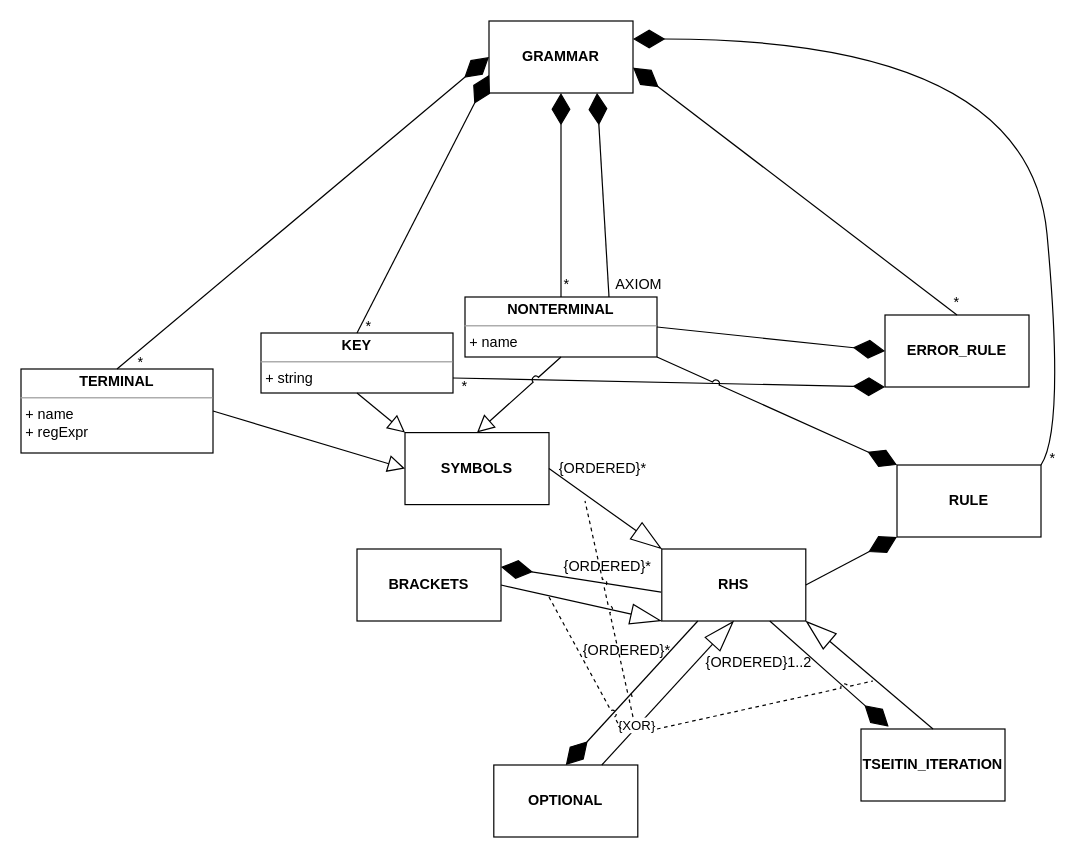
The draw.io diagram _docs/raw_diagrams/metamodel.drawio in aVorotnikov/dsl_generator, before the edit. Source tidied: cells renumbered, new cells numbered last; positions are measured from the earlier drawing's top-left corner, leaving out a move shared by most shapes. Both pictures are drawn from the tidied source at 120%, with x=0, y=0 at pixel (20, 20).
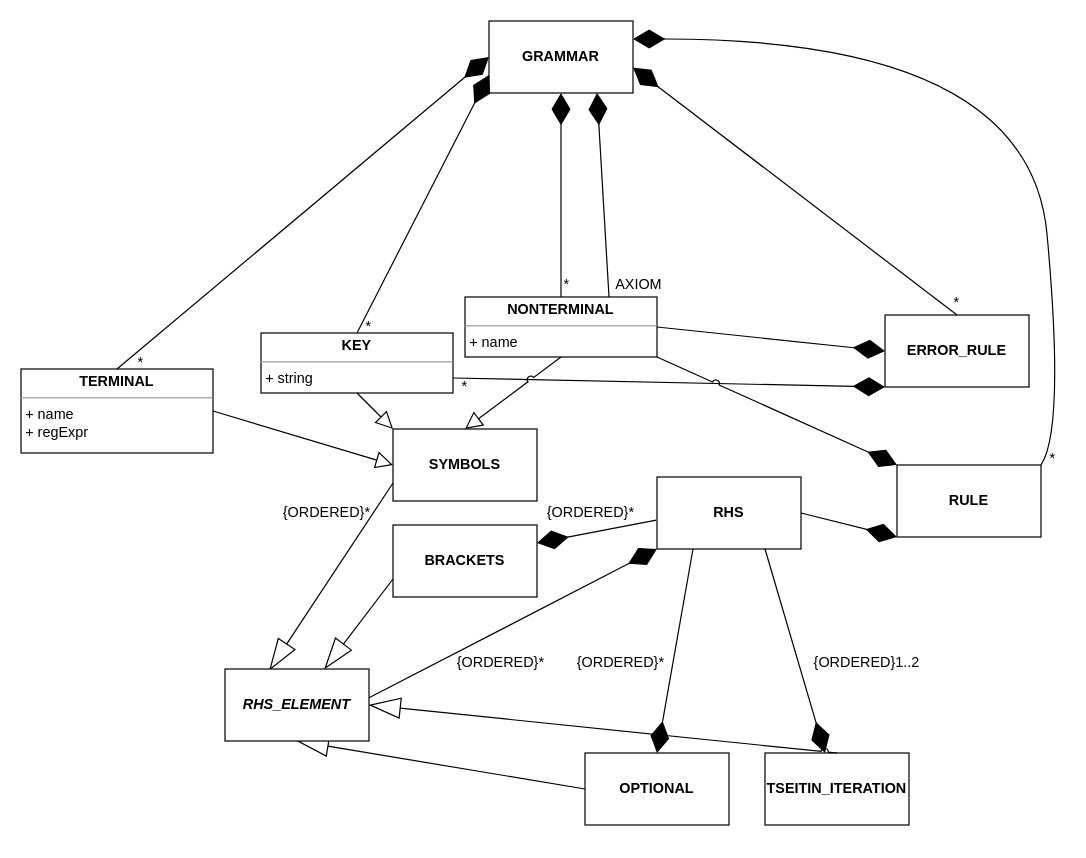
The same page after the edit.

Diff of the diagram source:
```diff
@@
     <mxCell id="19" value="&lt;b&gt;SYMBOLS&lt;/b&gt;" style="rounded=0;whiteSpace=wrap;html=1;" parent="1" vertex="1">
-      <mxGeometry x="320" y="343" width="120" height="60" as="geometry" />
+      <mxGeometry x="310" y="340" width="120" height="60" as="geometry" />
     </mxCell>
@@
     <mxCell id="23" value="&lt;b&gt;RHS&lt;/b&gt;" style="rounded=0;whiteSpace=wrap;html=1;" parent="1" vertex="1">
-      <mxGeometry x="534" y="440" width="120" height="60" as="geometry" />
+      <mxGeometry x="530" y="380" width="120" height="60" as="geometry" />
     </mxCell>
@@
-    <mxCell id="25" style="endArrow=blockThin;endFill=0;endSize=24;html=1;exitX=1;exitY=0.5;exitDx=0;exitDy=0;entryX=0;entryY=0;entryDx=0;entryDy=0;rounded=0;jumpStyle=arc;" parent="1" edge="1" source="19" target="23">
+    <mxCell id="25" style="endArrow=blockThin;endFill=0;endSize=24;html=1;entryX=0.308;entryY=0.017;entryDx=0;entryDy=0;rounded=0;jumpStyle=arc;entryPerimeter=0;exitX=0;exitY=0.75;exitDx=0;exitDy=0;" parent="1" edge="1" source="19" target="48">
       <mxGeometry relative="1" as="geometry" />
     </mxCell>
     <mxCell id="26" value="{ORDERED}*" style="text;html=1;strokeColor=none;fillColor=none;align=center;verticalAlign=middle;whiteSpace=wrap;rounded=0;" parent="1" vertex="1">
-      <mxGeometry x="440" y="358" width="90" height="30" as="geometry" />
+      <mxGeometry x="210" y="395" width="90" height="30" as="geometry" />
     </mxCell>
     <mxCell id="27" value="&lt;b&gt;BRACKETS&lt;/b&gt;" style="rounded=0;whiteSpace=wrap;html=1;" parent="1" vertex="1">
-      <mxGeometry x="280" y="440" width="120" height="60" as="geometry" />
+      <mxGeometry x="310" y="420" width="120" height="60" as="geometry" />
     </mxCell>
@@
     <mxCell id="29" value="{ORDERED}*" style="text;html=1;strokeColor=none;fillColor=none;align=center;verticalAlign=middle;whiteSpace=wrap;rounded=0;" parent="1" vertex="1">
-      <mxGeometry x="444" y="440" width="90" height="30" as="geometry" />
+      <mxGeometry x="430" y="395" width="90" height="30" as="geometry" />
     </mxCell>
-    <mxCell id="30" style="endArrow=blockThin;endFill=0;endSize=24;html=1;entryX=0;entryY=1;entryDx=0;entryDy=0;rounded=0;jumpStyle=arc;exitX=1;exitY=0.5;exitDx=0;exitDy=0;" parent="1" edge="1" source="27" target="23">
+    <mxCell id="30" style="endArrow=blockThin;endFill=0;endSize=24;html=1;rounded=0;jumpStyle=arc;exitX=0;exitY=0.75;exitDx=0;exitDy=0;" parent="1" edge="1" source="27" target="48">
       <mxGeometry relative="1" as="geometry" />
     </mxCell>
     <mxCell id="31" value="&lt;b&gt;OPTIONAL&lt;/b&gt;" style="rounded=0;whiteSpace=wrap;html=1;" parent="1" vertex="1">
-      <mxGeometry x="394" y="620" width="120" height="60" as="geometry" />
+      <mxGeometry x="470" y="610" width="120" height="60" as="geometry" />
     </mxCell>
@@
-    <mxCell id="33" style="endArrow=blockThin;endFill=0;endSize=24;html=1;entryX=0.5;entryY=1;entryDx=0;entryDy=0;rounded=0;jumpStyle=arc;exitX=0.75;exitY=0;exitDx=0;exitDy=0;" parent="1" edge="1" source="31" target="23">
+    <mxCell id="33" style="endArrow=blockThin;endFill=0;endSize=24;html=1;entryX=0.5;entryY=1;entryDx=0;entryDy=0;rounded=0;jumpStyle=arc;exitX=0;exitY=0.5;exitDx=0;exitDy=0;" parent="1" edge="1" source="31" target="48">
       <mxGeometry relative="1" as="geometry" />
     </mxCell>
-    <mxCell id="34" value="{XOR}" style="edgeLabel;html=1;align=center;verticalAlign=middle;" parent="33" vertex="1">
-      <mxGeometry x="-0.46" y="1" relative="1" as="geometry" />
-    </mxCell>
     <mxCell id="35" value="{ORDERED}*" style="text;html=1;strokeColor=none;fillColor=none;align=center;verticalAlign=middle;whiteSpace=wrap;rounded=0;" parent="1" vertex="1">
-      <mxGeometry x="460" y="510" width="90" height="30" as="geometry" />
+      <mxGeometry x="455" y="520" width="90" height="30" as="geometry" />
     </mxCell>
     <mxCell id="36" value="&lt;b&gt;TSEITIN_ITERATION&lt;/b&gt;" style="rounded=0;whiteSpace=wrap;html=1;" parent="1" vertex="1">
-      <mxGeometry x="700" y="590" width="120" height="60" as="geometry" />
+      <mxGeometry x="620" y="610" width="120" height="60" as="geometry" />
     </mxCell>
-    <mxCell id="37" style="endArrow=diamondThin;endFill=1;endSize=24;html=1;exitX=0.75;exitY=1;exitDx=0;exitDy=0;entryX=0.192;entryY=-0.033;entryDx=0;entryDy=0;rounded=0;jumpStyle=arc;entryPerimeter=0;" parent="1" edge="1" source="23" target="36">
-      <mxGeometry relative="1" as="geometry" />
+    <mxCell id="37" style="endArrow=diamondThin;endFill=1;endSize=24;html=1;exitX=0.75;exitY=1;exitDx=0;exitDy=0;rounded=0;jumpStyle=arc;" parent="1" edge="1" source="23">
+      <mxGeometry relative="1" as="geometry">
+        <mxPoint x="670" y="610" as="targetPoint" />
+      </mxGeometry>
     </mxCell>
-    <mxCell id="38" style="endArrow=blockThin;endFill=0;endSize=24;html=1;entryX=1;entryY=1;entryDx=0;entryDy=0;rounded=0;jumpStyle=arc;exitX=0.5;exitY=0;exitDx=0;exitDy=0;" parent="1" edge="1" source="36" target="23">
+    <mxCell id="38" style="endArrow=blockThin;endFill=0;endSize=24;html=1;entryX=1;entryY=0.5;entryDx=0;entryDy=0;rounded=0;jumpStyle=arc;exitX=0.5;exitY=0;exitDx=0;exitDy=0;" parent="1" edge="1" source="36" target="48">
       <mxGeometry relative="1" as="geometry" />
     </mxCell>
     <mxCell id="39" value="{ORDERED}1..2" style="text;html=1;strokeColor=none;fillColor=none;align=center;verticalAlign=middle;whiteSpace=wrap;rounded=0;" parent="1" vertex="1">
-      <mxGeometry x="570" y="520" width="90" height="30" as="geometry" />
+      <mxGeometry x="660" y="520" width="90" height="30" as="geometry" />
     </mxCell>
-    <mxCell id="40" style="endArrow=none;dashed=1;html=1;rounded=0;strokeColor=default;jumpStyle=arc;" parent="1" edge="1">
-      <mxGeometry relative="1" as="geometry">
-        <mxPoint x="530" y="590" as="sourcePoint" />
-        <mxPoint x="710" y="550" as="targetPoint" />
-      </mxGeometry>
-    </mxCell>
-    <mxCell id="41" style="endArrow=none;dashed=1;html=1;rounded=0;strokeColor=default;jumpStyle=arc;" parent="1" edge="1">
-      <mxGeometry relative="1" as="geometry">
-        <mxPoint x="440" y="480" as="sourcePoint" />
-        <mxPoint x="500" y="590" as="targetPoint" />
-      </mxGeometry>
-    </mxCell>
-    <mxCell id="42" style="endArrow=none;dashed=1;html=1;rounded=0;strokeColor=default;jumpStyle=arc;" parent="1" edge="1">
-      <mxGeometry relative="1" as="geometry">
-        <mxPoint x="510" y="580" as="sourcePoint" />
-        <mxPoint x="470" y="400" as="targetPoint" />
-      </mxGeometry>
-    </mxCell>
@@
+    <mxCell id="48" value="&lt;b&gt;&lt;i&gt;RHS_ELEMENT&lt;/i&gt;&lt;/b&gt;" style="rounded=0;whiteSpace=wrap;html=1;" parent="1" vertex="1">
+      <mxGeometry x="170" y="540" width="120" height="60" as="geometry" />
+    </mxCell>
+    <mxCell id="49" style="endArrow=diamondThin;endFill=1;endSize=24;html=1;exitX=1;exitY=0.4;exitDx=0;exitDy=0;rounded=0;jumpStyle=arc;exitPerimeter=0;entryX=0;entryY=1;entryDx=0;entryDy=0;" parent="1" edge="1" source="48" target="23">
+      <mxGeometry relative="1" as="geometry" />
+    </mxCell>
+    <mxCell id="50" value="{ORDERED}*" style="text;html=1;strokeColor=none;fillColor=none;align=center;verticalAlign=middle;whiteSpace=wrap;rounded=0;" parent="1" vertex="1">
+      <mxGeometry x="355" y="520" width="90" height="30" as="geometry" />
+    </mxCell>
```
